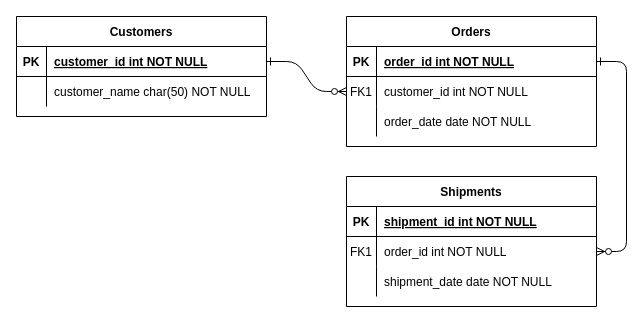
The draw.io diagram docs/Untitled Diagram.drawio in cleancoder27/datavault, before the edit. Source tidied: cells renumbered, new cells numbered last; positions are measured from the earlier drawing's top-left corner, leaving out a move shared by most shapes. Both pictures are drawn from the tidied source at 100%, with x=0, y=0 at pixel (16, 16).
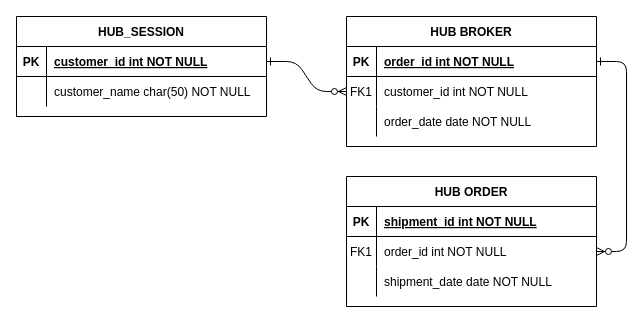
The same page after the edit.

The edit, as a diff of the source:
```diff
@@
-    <mxCell id="4" value="Orders" style="shape=table;startSize=30;childLayout=tableLayout;rowLines=0;fontStyle=1;align=center;" parent="1" vertex="1">
+    <mxCell id="4" value="HUB BROKER" style="shape=table;startSize=30;childLayout=tableLayout;rowLines=0;fontStyle=1;align=center;" parent="1" vertex="1">
       <mxGeometry x="330" width="250" height="130" as="geometry" />
     </mxCell>
@@
-    <mxCell id="14" value="Shipments" style="shape=table;startSize=30;childLayout=tableLayout;rowLines=0;fontStyle=1;align=center;" parent="1" vertex="1">
+    <mxCell id="14" value="HUB ORDER" style="shape=table;startSize=30;childLayout=tableLayout;rowLines=0;fontStyle=1;align=center;" parent="1" vertex="1">
       <mxGeometry x="330" y="160" width="250" height="130" as="geometry" />
     </mxCell>
@@
-    <mxCell id="24" value="Customers" style="shape=table;startSize=30;childLayout=tableLayout;rowLines=0;fontStyle=1;align=center;" parent="1" vertex="1">
+    <mxCell id="24" value="HUB_SESSION" style="shape=table;startSize=30;childLayout=tableLayout;rowLines=0;fontStyle=1;align=center;" parent="1" vertex="1">
       <mxGeometry width="250" height="100" as="geometry" />
     </mxCell>
```
